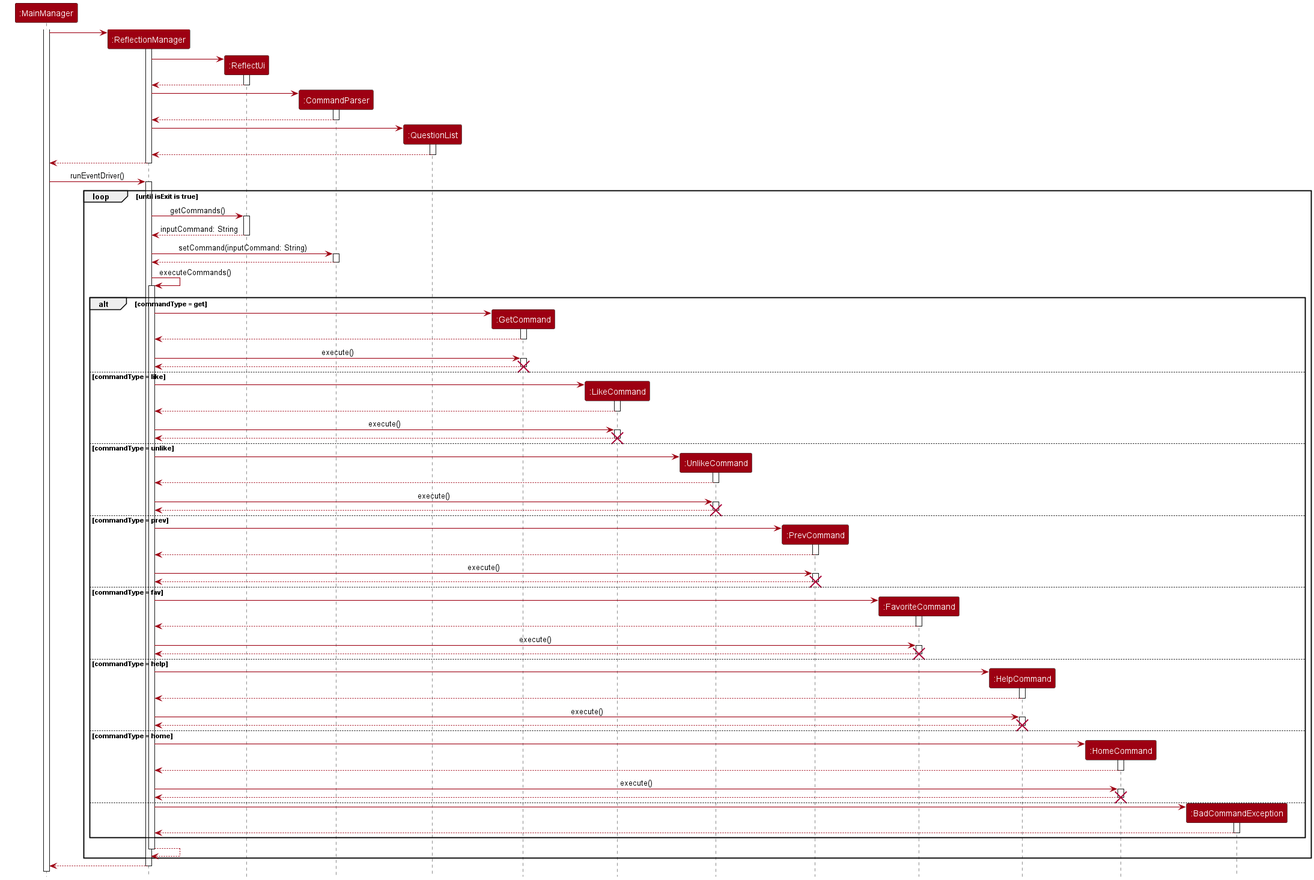
This is docs/diagrams/ReflectionSequenceDiagram.png from wenxin-c/tp, a PlantUML export, as it was before one commit.
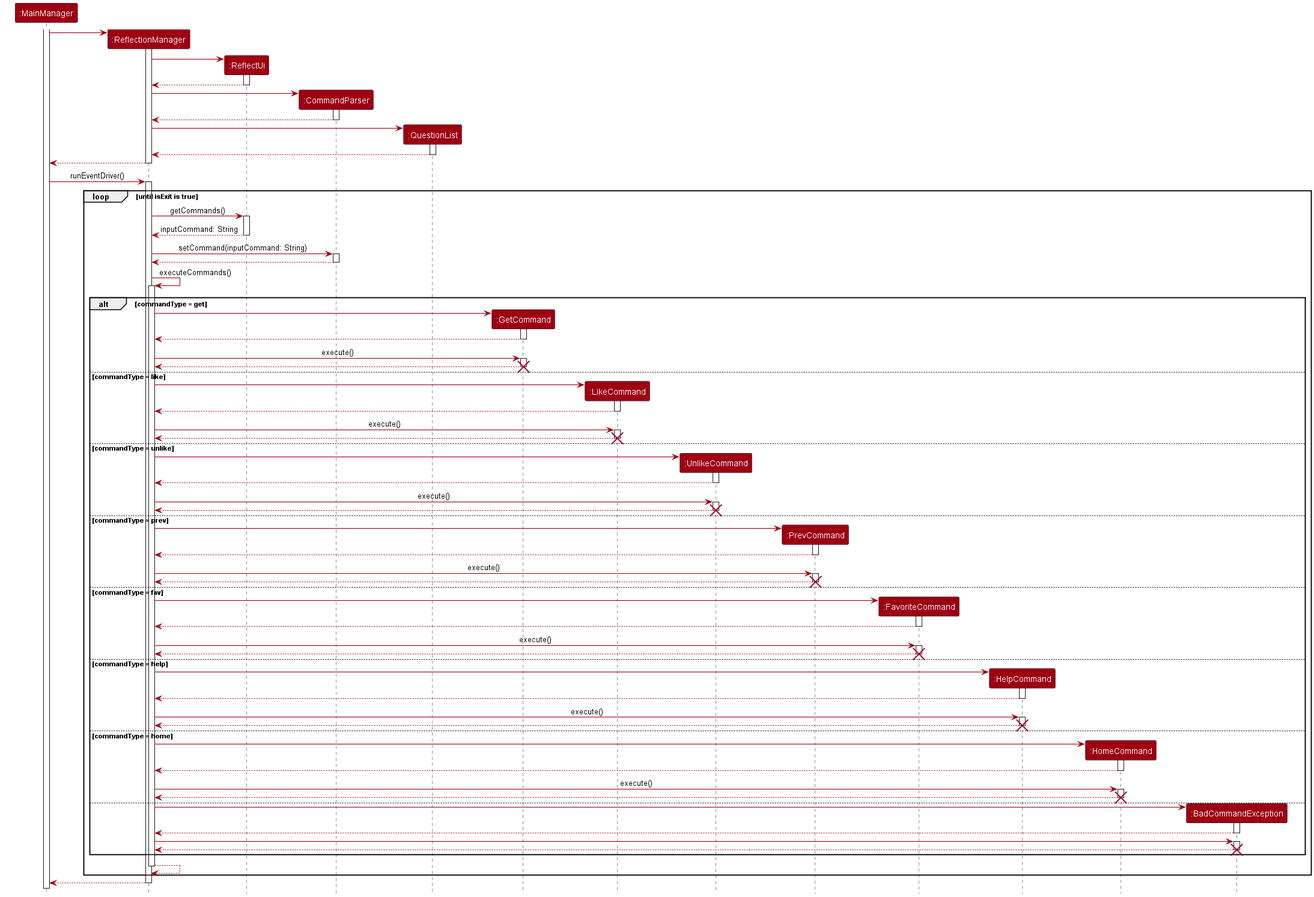
The same diagram one commit later.

Commit message:
Add sequence diagram cross

Change to the diagram source:
```diff
@@ -163,10 +163,17 @@
 
         else
             create BadCommandException
-            ReflectionManager -> BadCommandException :
+            ReflectionManager -> BadCommandException
             activate BadCommandException
             BadCommandException --> ReflectionManager
             deactivate BadCommandException
+
+            ReflectionManager -> BadCommandException
+            activate BadCommandException
+
+            BadCommandException --> ReflectionManager
+            deactivate BadCommandException
+            destroy BadCommandException
         end
         ReflectionManager --> ReflectionManager
         deactivate ReflectionManager
```
